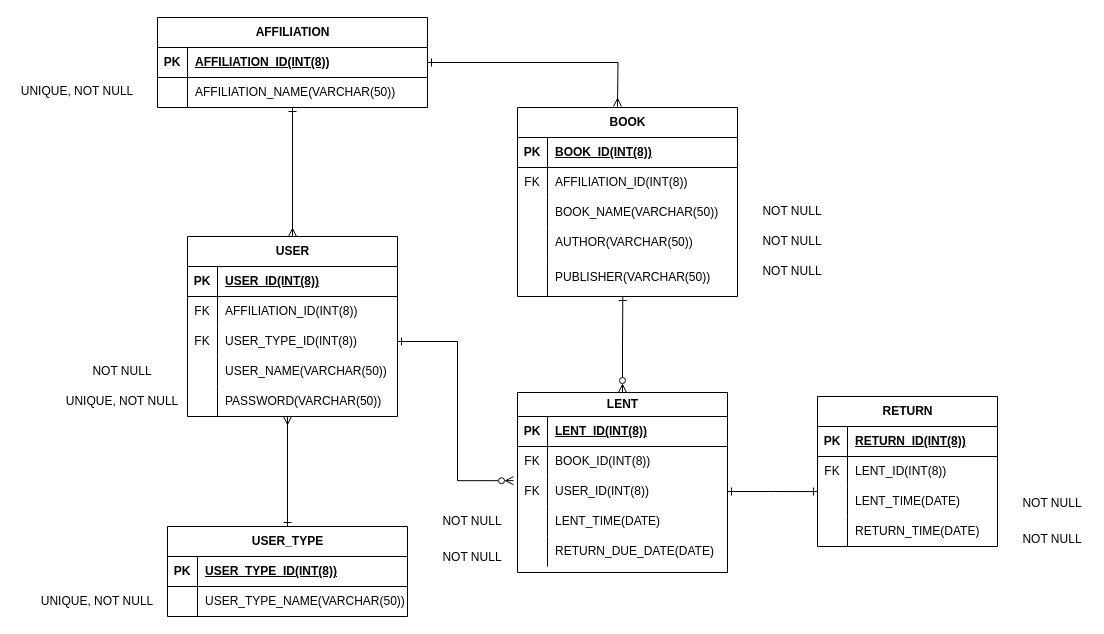
super-onigiri-man/JOEU-FM keeps this draw.io diagram as ER図.drawio. Above is the earlier version. Source tidied: cells renumbered, new cells numbered last; positions are measured from the earlier drawing's top-left corner, leaving out a move shared by most shapes. Both pictures are drawn from the tidied source at 100%, with x=0, y=0 at pixel (17, 17).
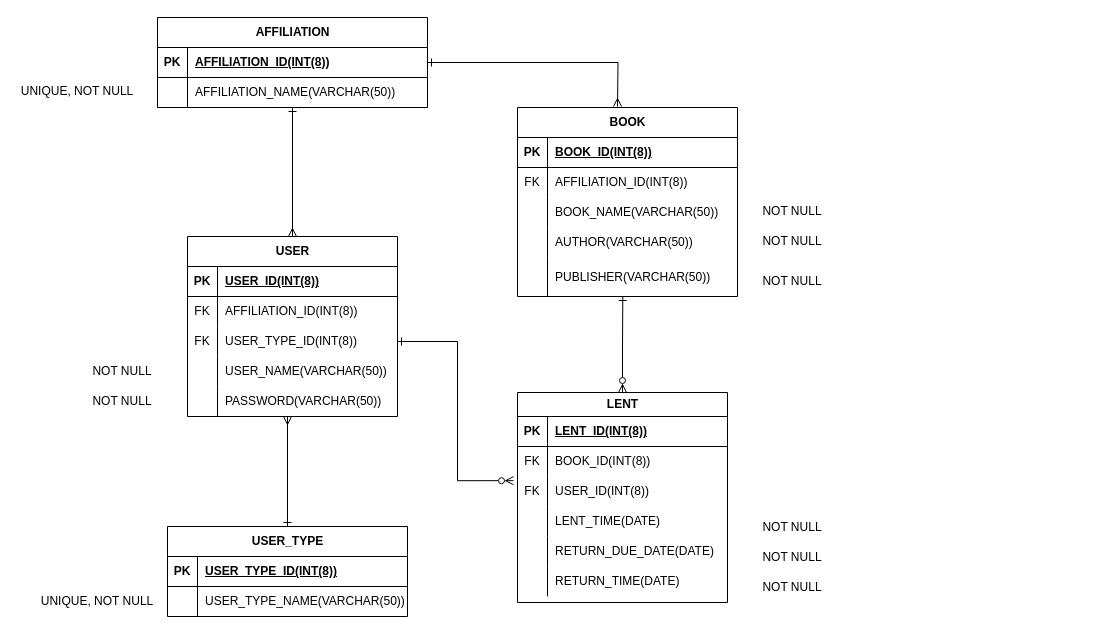
After the change.

The change refers to these unchanged cells:
```xml
<mxCell id="58" style="shape=tableRow;horizontal=0;startSize=0;swimlaneHead=0;swimlaneBody=0;fillColor=none;points=[[0,0.5],[1,0.5]];portConstraint=eastwest;top=0;left=0;right=0;bottom=0;" parent="51" vertex="1">
  <mxGeometry y="84" width="210" height="30" as="geometry" />
</mxCell>
```

Change to the diagram source:
```diff
@@
     <mxCell id="51" value="LENT" style="shape=table;startSize=24;childLayout=tableLayout;rowLines=0;fontStyle=1;align=center;html=1;" parent="1" vertex="1">
-      <mxGeometry x="500" y="375" width="210" height="180" as="geometry" />
+      <mxGeometry x="500" y="375" width="210" height="210" as="geometry" />
     </mxCell>
@@
-    <mxCell id="67" value="RETURN" style="shape=table;startSize=30;childLayout=tableLayout;rowLines=0;fontStyle=1;align=center;html=1;" parent="1" vertex="1">
-      <mxGeometry x="800" y="379" width="180" height="150" as="geometry" />
-    </mxCell>
-    <mxCell id="68" style="shape=tableRow;horizontal=0;startSize=0;swimlaneHead=0;swimlaneBody=0;fillColor=none;top=0;left=0;right=0;bottom=1;" parent="67" vertex="1">
-      <mxGeometry y="30" width="180" height="30" as="geometry" />
-    </mxCell>
-    <mxCell id="69" value="PK" style="shape=partialRectangle;fillColor=none;top=0;left=0;bottom=0;right=0;fontStyle=1;overflow=hidden;whiteSpace=wrap;html=1;" parent="68" vertex="1">
-      <mxGeometry width="30" height="30" as="geometry" />
-    </mxCell>
-    <mxCell id="70" value="RETURN_ID(INT(8))" style="shape=partialRectangle;fillColor=none;top=0;left=0;bottom=0;right=0;align=left;spacingLeft=6;fontStyle=5;overflow=hidden;whiteSpace=wrap;html=1;" parent="68" vertex="1">
-      <mxGeometry x="30" width="150" height="30" as="geometry" />
-    </mxCell>
-    <mxCell id="71" style="shape=tableRow;horizontal=0;startSize=0;swimlaneHead=0;swimlaneBody=0;fillColor=none;top=0;left=0;right=0;bottom=0;" parent="67" vertex="1">
-      <mxGeometry y="60" width="180" height="30" as="geometry" />
-    </mxCell>
-    <mxCell id="72" value="FK" style="shape=partialRectangle;fillColor=none;top=0;left=0;bottom=0;right=0;overflow=hidden;whiteSpace=wrap;html=1;" parent="71" vertex="1">
-      <mxGeometry width="30" height="30" as="geometry" />
-    </mxCell>
-    <mxCell id="73" value="LENT_ID(INT(8))" style="shape=partialRectangle;fillColor=none;top=0;left=0;bottom=0;right=0;align=left;spacingLeft=6;overflow=hidden;whiteSpace=wrap;html=1;" parent="71" vertex="1">
-      <mxGeometry x="30" width="150" height="30" as="geometry" />
-    </mxCell>
-    <mxCell id="74" style="shape=tableRow;horizontal=0;startSize=0;swimlaneHead=0;swimlaneBody=0;fillColor=none;top=0;left=0;right=0;bottom=0;" parent="67" vertex="1">
-      <mxGeometry y="90" width="180" height="30" as="geometry" />
-    </mxCell>
-    <mxCell id="75" style="shape=partialRectangle;fillColor=none;top=0;left=0;bottom=0;right=0;overflow=hidden;whiteSpace=wrap;html=1;" parent="74" vertex="1">
-      <mxGeometry width="30" height="30" as="geometry" />
-    </mxCell>
-    <mxCell id="76" value="LENT_TIME(DATE)" style="shape=partialRectangle;fillColor=none;top=0;left=0;bottom=0;right=0;align=left;spacingLeft=6;overflow=hidden;whiteSpace=wrap;html=1;" parent="74" vertex="1">
-      <mxGeometry x="30" width="150" height="30" as="geometry" />
-    </mxCell>
-    <mxCell id="77" style="shape=tableRow;horizontal=0;startSize=0;swimlaneHead=0;swimlaneBody=0;fillColor=none;top=0;left=0;right=0;bottom=0;" parent="67" vertex="1">
-      <mxGeometry y="120" width="180" height="30" as="geometry" />
-    </mxCell>
-    <mxCell id="78" style="shape=partialRectangle;fillColor=none;top=0;left=0;bottom=0;right=0;overflow=hidden;whiteSpace=wrap;html=1;" parent="77" vertex="1">
-      <mxGeometry width="30" height="30" as="geometry" />
-    </mxCell>
+    <mxCell id="94" style="shape=tableRow;horizontal=0;startSize=0;swimlaneHead=0;swimlaneBody=0;fillColor=none;top=0;left=0;right=0;bottom=0;" parent="51" vertex="1">
+      <mxGeometry y="174" width="210" height="30" as="geometry" />
+    </mxCell>
+    <mxCell id="95" style="shape=partialRectangle;fillColor=none;top=0;left=0;bottom=0;right=0;overflow=hidden;whiteSpace=wrap;html=1;" parent="94" vertex="1">
+      <mxGeometry width="30" height="30" as="geometry" />
+    </mxCell>
-    <mxCell id="79" value="RETURN_TIME(DATE)" style="shape=partialRectangle;fillColor=none;top=0;left=0;bottom=0;right=0;align=left;spacingLeft=6;overflow=hidden;whiteSpace=wrap;html=1;" parent="77" vertex="1">
-      <mxGeometry x="30" width="150" height="30" as="geometry" />
+    <mxCell id="79" value="RETURN_TIME(DATE)" style="shape=partialRectangle;fillColor=none;top=0;left=0;bottom=0;right=0;align=left;spacingLeft=6;overflow=hidden;whiteSpace=wrap;html=1;" parent="94" vertex="1">
+      <mxGeometry x="30" width="180" height="30" as="geometry" />
     </mxCell>
@@
-    <mxCell id="82" style="edgeStyle=orthogonalEdgeStyle;rounded=0;jettySize=auto;html=1;exitX=1;exitY=0.5;exitDx=0;exitDy=0;startArrow=ERone;startFill=0;endArrow=ERone;endFill=0;" parent="1" edge="1" source="58">
-      <mxGeometry relative="1" as="geometry">
-        <mxPoint x="800" y="474.1" as="targetPoint" />
-      </mxGeometry>
-    </mxCell>
@@
-    <mxCell id="85" value="UNIQUE, NOT NULL" style="text;html=1;strokeColor=none;fillColor=none;align=center;verticalAlign=middle;whiteSpace=wrap;rounded=0;" parent="1" vertex="1">
+    <mxCell id="85" value="NOT NULL" style="text;html=1;strokeColor=none;fillColor=none;align=center;verticalAlign=middle;whiteSpace=wrap;rounded=0;" parent="1" vertex="1">
       <mxGeometry x="45" y="369" width="120" height="30" as="geometry" />
     </mxCell>
@@
     <mxCell id="89" value="NOT NULL" style="text;html=1;strokeColor=none;fillColor=none;align=center;verticalAlign=middle;whiteSpace=wrap;rounded=0;" parent="1" vertex="1">
-      <mxGeometry x="740" y="239" width="70" height="30" as="geometry" />
+      <mxGeometry x="740" y="249" width="70" height="30" as="geometry" />
     </mxCell>
     <mxCell id="90" value="NOT NULL" style="text;html=1;strokeColor=none;fillColor=none;align=center;verticalAlign=middle;whiteSpace=wrap;rounded=0;" parent="1" vertex="1">
-      <mxGeometry x="420" y="489" width="70" height="30" as="geometry" />
+      <mxGeometry x="740" y="495" width="70" height="30" as="geometry" />
     </mxCell>
     <mxCell id="91" value="NOT NULL" style="text;html=1;strokeColor=none;fillColor=none;align=center;verticalAlign=middle;whiteSpace=wrap;rounded=0;" parent="1" vertex="1">
-      <mxGeometry x="420" y="525" width="70" height="30" as="geometry" />
+      <mxGeometry x="740" y="525" width="70" height="30" as="geometry" />
     </mxCell>
-    <mxCell id="92" value="NOT NULL" style="text;html=1;strokeColor=none;fillColor=none;align=center;verticalAlign=middle;whiteSpace=wrap;rounded=0;" parent="1" vertex="1">
-      <mxGeometry x="1000" y="471" width="70" height="30" as="geometry" />
-    </mxCell>
     <mxCell id="93" value="NOT NULL" style="text;html=1;strokeColor=none;fillColor=none;align=center;verticalAlign=middle;whiteSpace=wrap;rounded=0;" parent="1" vertex="1">
-      <mxGeometry x="1000" y="507" width="70" height="30" as="geometry" />
+      <mxGeometry x="740" y="555" width="70" height="30" as="geometry" />
     </mxCell>
```
